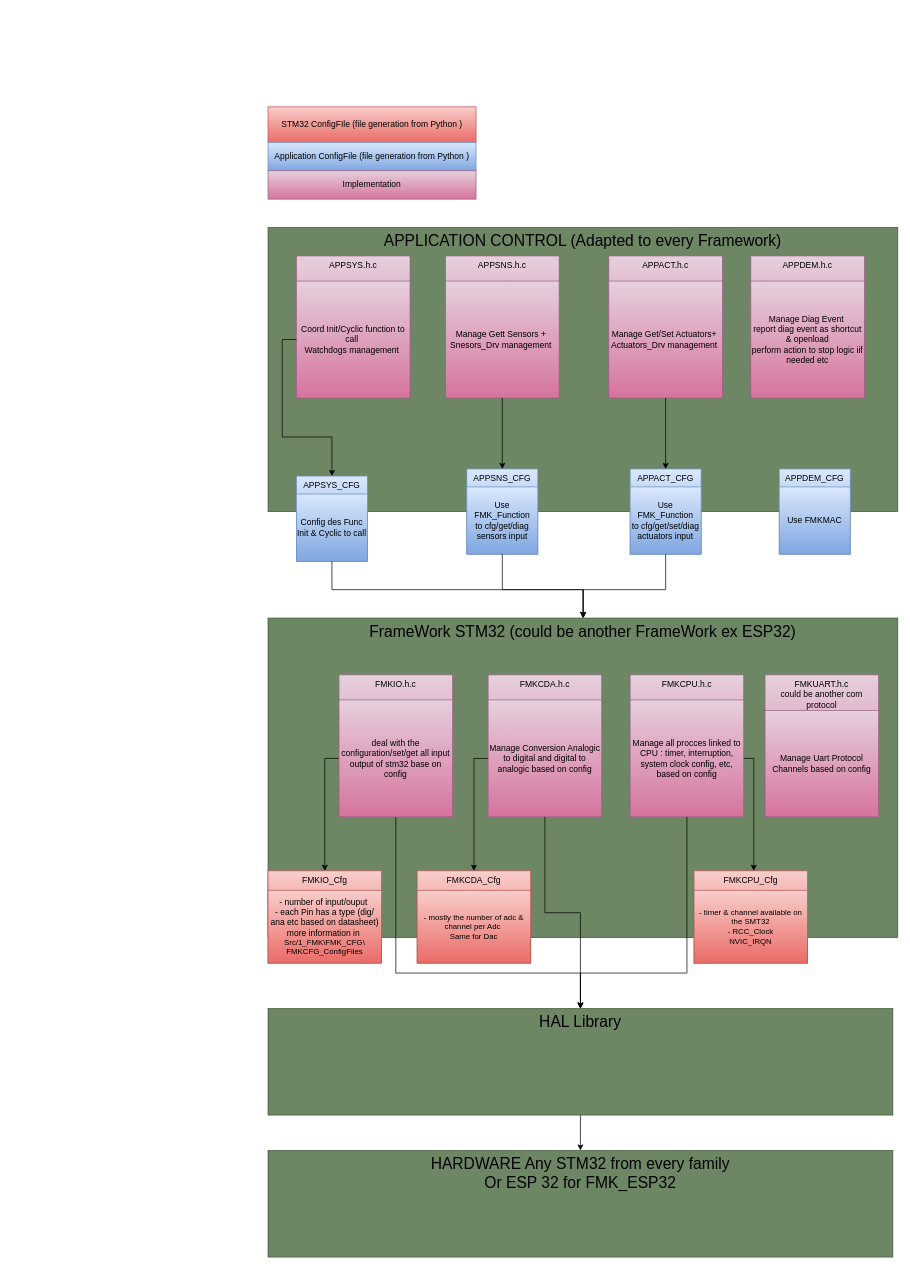
mbarbeau0545/Stm32PrjTpl keeps this draw.io diagram as page "Draw" (1 of 2) of Doc/InfoPrj/ArchitecturePrjTpl.drawio. Above is the earlier version. Source tidied: cells renumbered, new cells numbered last; positions are measured from the earlier drawing's top-left corner, leaving out a move shared by most shapes. Both pictures are drawn from the tidied source at 71%, with x=0, y=0 at pixel (268, 106).
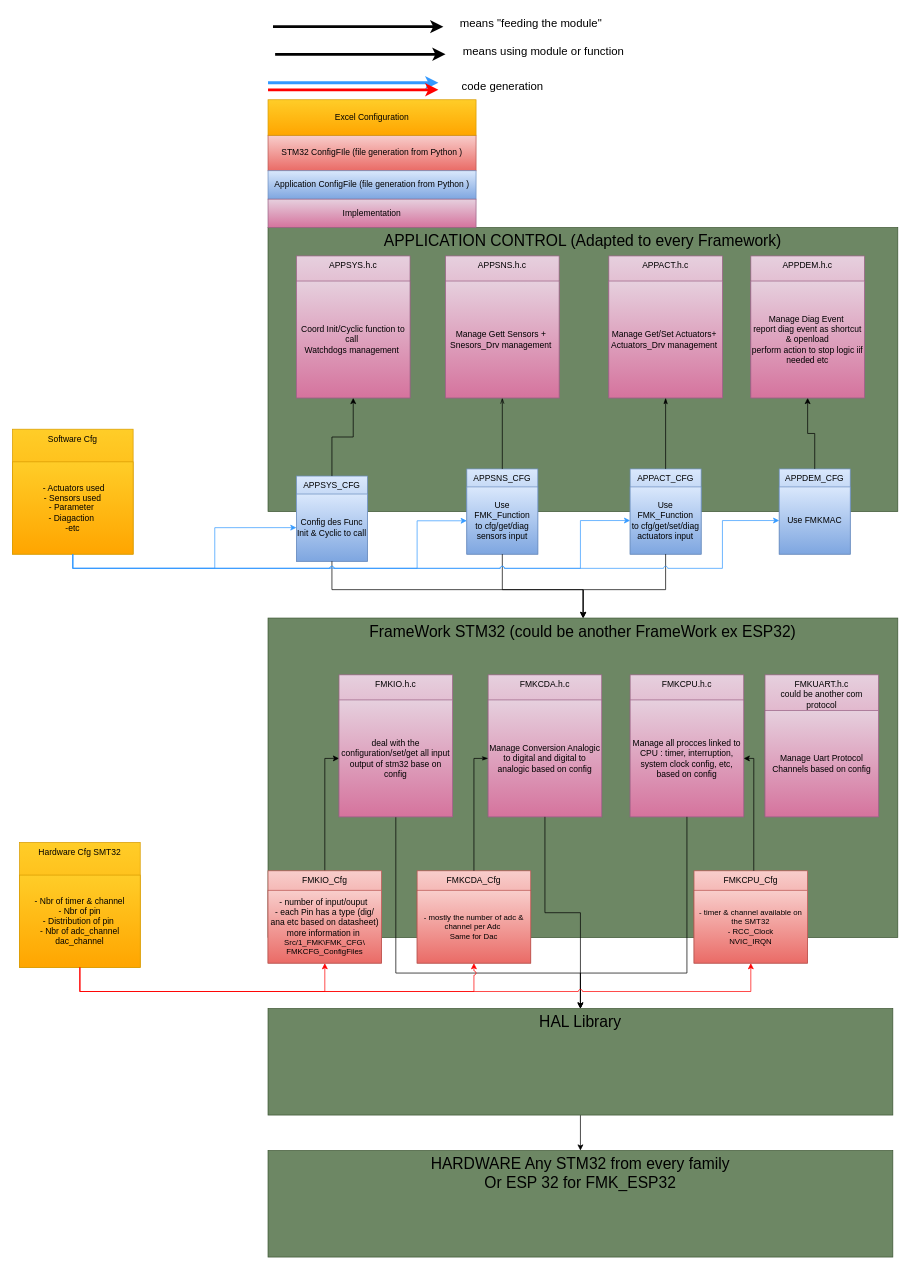
Above is the later version.

Unchanged cells that the change refers to:
```xml
<mxCell id="14" value="Manage Conversion Analogic to digital and digital to analogic based on config" style="rounded=0;whiteSpace=wrap;html=1;fillColor=#e6d0de;gradientColor=#d5739d;strokeColor=#996185;fontColor=#000000;" parent="13" vertex="1">
  <mxGeometry y="35.3" width="160" height="164.7" as="geometry" />
</mxCell>
<mxCell id="18" value="Manage all procces linked to CPU : timer, interruption, system clock config, etc,&lt;div&gt;based on config&lt;/div&gt;" style="rounded=0;whiteSpace=wrap;html=1;fillColor=#e6d0de;gradientColor=#d5739d;strokeColor=#996185;fontColor=#000000;" parent="17" vertex="1">
  <mxGeometry y="35.3" width="160" height="164.7" as="geometry" />
</mxCell>
<mxCell id="26" value="deal with the configuration/set/get all input output of stm32 base on config" style="rounded=0;whiteSpace=wrap;html=1;fillColor=#e6d0de;gradientColor=#d5739d;strokeColor=#996185;fontColor=#000000;" parent="1" vertex="1">
  <mxGeometry x="100" y="835.3" width="160" height="164.7" as="geometry" />
</mxCell>
<mxCell id="28" value="FMKIO_Cfg" style="rounded=0;whiteSpace=wrap;html=1;fillColor=#f8cecc;gradientColor=#ea6b66;strokeColor=#b85450;fontColor=#000000;verticalAlign=top;" parent="27" vertex="1">
  <mxGeometry width="160" height="130" as="geometry" />
</mxCell>
<mxCell id="30" value="- number of input/ouput&amp;nbsp;&lt;div&gt;- each Pin has a type (dig/ ana etc based on datasheet)&lt;/div&gt;&lt;div&gt;more information in&amp;nbsp;&lt;/div&gt;&lt;div style=&quot;font-size: 11px;&quot;&gt;&lt;font style=&quot;font-size: 11px;&quot;&gt;Src/1_FMK\FMK_CFG\&lt;/font&gt;&lt;/div&gt;&lt;div style=&quot;font-size: 11px;&quot;&gt;&lt;font style=&quot;font-size: 11px;&quot;&gt;FMKCFG_ConfigFiles&lt;/font&gt;&lt;br&gt;&lt;/div&gt;" style="rounded=0;whiteSpace=wrap;html=1;fillColor=#f8cecc;gradientColor=#ea6b66;strokeColor=#b85450;fontColor=#000000;" parent="29" vertex="1">
  <mxGeometry y="27.4" width="160" height="102.6" as="geometry" />
</mxCell>
<mxCell id="32" value="FMKCDA_Cfg" style="rounded=0;whiteSpace=wrap;html=1;fillColor=#f8cecc;gradientColor=#ea6b66;strokeColor=#b85450;fontColor=#000000;verticalAlign=top;" parent="31" vertex="1">
  <mxGeometry width="160" height="130" as="geometry" />
</mxCell>
<mxCell id="34" value="&lt;div style=&quot;font-size: 11px;&quot;&gt;- mostly the number of adc &amp;amp; channel per Adc&amp;nbsp;&lt;/div&gt;&lt;div style=&quot;font-size: 11px;&quot;&gt;Same for Dac&lt;/div&gt;" style="rounded=0;whiteSpace=wrap;html=1;fillColor=#f8cecc;gradientColor=#ea6b66;strokeColor=#b85450;fontColor=#000000;" parent="33" vertex="1">
  <mxGeometry y="27.4" width="160" height="102.6" as="geometry" />
</mxCell>
<mxCell id="37" value="FMKCPU_Cfg" style="rounded=0;whiteSpace=wrap;html=1;fillColor=#f8cecc;gradientColor=#ea6b66;strokeColor=#b85450;fontColor=#000000;verticalAlign=top;" parent="36" vertex="1">
  <mxGeometry width="160" height="130" as="geometry" />
</mxCell>
<mxCell id="39" value="&lt;div style=&quot;font-size: 11px;&quot;&gt;- timer &amp;amp; channel available on the SMT32&lt;/div&gt;&lt;div style=&quot;font-size: 11px;&quot;&gt;- RCC_Clock&lt;/div&gt;&lt;div style=&quot;font-size: 11px;&quot;&gt;NVIC_IRQN&lt;/div&gt;" style="rounded=0;whiteSpace=wrap;html=1;fillColor=#f8cecc;gradientColor=#ea6b66;strokeColor=#b85450;fontColor=#000000;" parent="38" vertex="1">
  <mxGeometry y="27.4" width="160" height="102.6" as="geometry" />
</mxCell>
<mxCell id="44" value="Coord Init/Cyclic function to call&amp;nbsp;&lt;div&gt;Watchdogs management&amp;nbsp;&lt;/div&gt;" style="rounded=0;whiteSpace=wrap;html=1;fillColor=#e6d0de;gradientColor=#d5739d;strokeColor=#996185;fontColor=#000000;" parent="43" vertex="1">
  <mxGeometry y="35.3" width="160" height="164.7" as="geometry" />
</mxCell>
<mxCell id="48" value="Manage Gett Sensors +&amp;nbsp;&lt;div&gt;Snesors_Drv management&amp;nbsp;&lt;/div&gt;" style="rounded=0;whiteSpace=wrap;html=1;fillColor=#e6d0de;gradientColor=#d5739d;strokeColor=#996185;fontColor=#000000;" parent="47" vertex="1">
  <mxGeometry y="35.3" width="160" height="164.7" as="geometry" />
</mxCell>
<mxCell id="52" value="Manage Get/Set Actuators+&amp;nbsp;&lt;div&gt;Actuators_Drv management&amp;nbsp;&lt;/div&gt;" style="rounded=0;whiteSpace=wrap;html=1;fillColor=#e6d0de;gradientColor=#d5739d;strokeColor=#996185;fontColor=#000000;" parent="51" vertex="1">
  <mxGeometry y="35.3" width="160" height="164.7" as="geometry" />
</mxCell>
<mxCell id="56" value="Manage Diag Event&amp;nbsp;&lt;div&gt;report diag event as shortcut &amp;amp; openload&lt;/div&gt;&lt;div&gt;perform action to stop logic iif needed etc&lt;/div&gt;" style="rounded=0;whiteSpace=wrap;html=1;fillColor=#e6d0de;gradientColor=#d5739d;strokeColor=#996185;fontColor=#000000;" parent="55" vertex="1">
  <mxGeometry y="35.3" width="160" height="164.7" as="geometry" />
</mxCell>
<mxCell id="58" value="APPSYS_CFG" style="rounded=0;whiteSpace=wrap;html=1;fillColor=#dae8fc;gradientColor=#7ea6e0;strokeColor=#6c8ebf;fontColor=#000000;verticalAlign=top;" parent="57" vertex="1">
  <mxGeometry width="100" height="120" as="geometry" />
</mxCell>
<mxCell id="59" value="Config des Func Init &amp;amp; Cyclic to call" style="rounded=0;whiteSpace=wrap;html=1;fillColor=#dae8fc;gradientColor=#7ea6e0;strokeColor=#6c8ebf;fontColor=#000000;" parent="57" vertex="1">
  <mxGeometry y="25.3" width="100" height="94.7" as="geometry" />
</mxCell>
<mxCell id="63" value="APPSNS_CFG" style="rounded=0;whiteSpace=wrap;html=1;fillColor=#dae8fc;gradientColor=#7ea6e0;strokeColor=#6c8ebf;fontColor=#000000;verticalAlign=top;" parent="62" vertex="1">
  <mxGeometry width="100" height="120" as="geometry" />
</mxCell>
<mxCell id="64" value="Use FMK_Function&lt;div&gt;to cfg/get/diag sensors input&lt;/div&gt;" style="rounded=0;whiteSpace=wrap;html=1;fillColor=#dae8fc;gradientColor=#7ea6e0;strokeColor=#6c8ebf;fontColor=#000000;" parent="62" vertex="1">
  <mxGeometry y="25.3" width="100" height="94.7" as="geometry" />
</mxCell>
<mxCell id="68" value="APPACT_CFG" style="rounded=0;whiteSpace=wrap;html=1;fillColor=#dae8fc;gradientColor=#7ea6e0;strokeColor=#6c8ebf;fontColor=#000000;verticalAlign=top;" parent="67" vertex="1">
  <mxGeometry width="100" height="120" as="geometry" />
</mxCell>
<mxCell id="69" value="Use FMK_Function&lt;div&gt;to cfg/get/set/diag actuators input&lt;/div&gt;" style="rounded=0;whiteSpace=wrap;html=1;fillColor=#dae8fc;gradientColor=#7ea6e0;strokeColor=#6c8ebf;fontColor=#000000;" parent="67" vertex="1">
  <mxGeometry y="25.3" width="100" height="94.7" as="geometry" />
</mxCell>
<mxCell id="73" value="APPDEM_CFG" style="rounded=0;whiteSpace=wrap;html=1;fillColor=#dae8fc;gradientColor=#7ea6e0;strokeColor=#6c8ebf;fontColor=#000000;verticalAlign=top;" parent="72" vertex="1">
  <mxGeometry width="100" height="120" as="geometry" />
</mxCell>
<mxCell id="74" value="Use FMKMAC" style="rounded=0;whiteSpace=wrap;html=1;fillColor=#dae8fc;gradientColor=#7ea6e0;strokeColor=#6c8ebf;fontColor=#000000;" parent="72" vertex="1">
  <mxGeometry y="25.3" width="100" height="94.7" as="geometry" />
</mxCell>
```

The edit, as a diff of the source:
```diff
@@
     <mxCell id="6" style="group;fontColor=#000000;" parent="1" vertex="1">
-      <mxGeometry width="293" height="90" as="geometry" />
+      <mxGeometry y="40" width="293" height="90" as="geometry" />
     </mxCell>
@@
     <mxCell id="10" value="Implementation" style="rounded=0;whiteSpace=wrap;html=1;fillColor=#e6d0de;gradientColor=#d5739d;strokeColor=#996185;fontColor=#000000;" parent="1" vertex="1">
-      <mxGeometry y="90" width="293" height="40" as="geometry" />
+      <mxGeometry y="130" width="293" height="40" as="geometry" />
     </mxCell>
@@
-    <mxCell id="24" style="edgeStyle=orthogonalEdgeStyle;rounded=0;jettySize=auto;html=1;exitX=0;exitY=0.5;exitDx=0;exitDy=0;fontColor=#000000;strokeColor=#000000;" parent="1" edge="1" source="26" target="28">
+    <mxCell id="24" style="edgeStyle=orthogonalEdgeStyle;rounded=0;jettySize=auto;html=1;exitX=0;exitY=0.5;exitDx=0;exitDy=0;fontColor=#000000;strokeColor=#000000;startArrow=classic;startFill=1;endArrow=none;endFill=0;" parent="1" edge="1" source="26" target="28">
       <mxGeometry relative="1" as="geometry" />
     </mxCell>
@@
-    <mxCell id="35" style="edgeStyle=orthogonalEdgeStyle;rounded=0;jettySize=auto;html=1;exitX=0;exitY=0.5;exitDx=0;exitDy=0;strokeColor=#000000;" parent="1" edge="1" source="14" target="32">
+    <mxCell id="35" style="edgeStyle=orthogonalEdgeStyle;rounded=0;jettySize=auto;html=1;exitX=0;exitY=0.5;exitDx=0;exitDy=0;strokeColor=#000000;startArrow=classicThin;startFill=1;endArrow=none;endFill=0;" parent="1" edge="1" source="14" target="32">
       <mxGeometry relative="1" as="geometry" />
     </mxCell>
@@
-    <mxCell id="40" style="edgeStyle=orthogonalEdgeStyle;rounded=0;jettySize=auto;html=1;exitX=1;exitY=0.5;exitDx=0;exitDy=0;entryX=0.526;entryY=0;entryDx=0;entryDy=0;entryPerimeter=0;strokeColor=#000000;" parent="1" edge="1" source="18" target="37">
+    <mxCell id="40" style="edgeStyle=orthogonalEdgeStyle;rounded=0;jettySize=auto;html=1;exitX=1;exitY=0.5;exitDx=0;exitDy=0;entryX=0.526;entryY=0;entryDx=0;entryDy=0;entryPerimeter=0;strokeColor=#000000;startArrow=classic;startFill=1;endArrow=none;endFill=0;" parent="1" edge="1" source="18" target="37">
       <mxGeometry relative="1" as="geometry">
         <Array as="points">
           <mxPoint x="684" y="918" />
         </Array>
       </mxGeometry>
     </mxCell>
@@
-    <mxCell id="60" style="edgeStyle=orthogonalEdgeStyle;rounded=0;jettySize=auto;html=1;exitX=0;exitY=0.5;exitDx=0;exitDy=0;" parent="1" edge="1" source="44" target="58">
-      <mxGeometry relative="1" as="geometry" />
-    </mxCell>
@@
-    <mxCell id="65" style="edgeStyle=orthogonalEdgeStyle;rounded=0;jettySize=auto;html=1;exitX=0.5;exitY=1;exitDx=0;exitDy=0;" parent="1" edge="1" source="48" target="63">
+    <mxCell id="65" style="edgeStyle=orthogonalEdgeStyle;rounded=0;jettySize=auto;html=1;exitX=0.5;exitY=1;exitDx=0;exitDy=0;startArrow=openThin;startFill=0;endArrow=none;endFill=0;strokeColor=#030303;" parent="1" edge="1" source="48" target="63">
       <mxGeometry relative="1" as="geometry" />
     </mxCell>
@@
-    <mxCell id="71" style="edgeStyle=orthogonalEdgeStyle;rounded=0;jettySize=auto;html=1;exitX=0.5;exitY=1;exitDx=0;exitDy=0;" parent="1" edge="1" source="52" target="68">
+    <mxCell id="71" style="edgeStyle=orthogonalEdgeStyle;rounded=0;jettySize=auto;html=1;exitX=0.5;exitY=1;exitDx=0;exitDy=0;startArrow=classicThin;startFill=1;endArrow=none;endFill=0;strokeColor=#000000;" parent="1" edge="1" source="52" target="68">
       <mxGeometry relative="1" as="geometry" />
     </mxCell>
@@
+    <mxCell id="77" value="Excel Configuration" style="rounded=0;whiteSpace=wrap;html=1;fillColor=#ffcd28;strokeColor=#d79b00;gradientColor=#ffa500;fontColor=#000000;" parent="1" vertex="1">
+      <mxGeometry y="-10" width="293" height="50" as="geometry" />
+    </mxCell>
+    <mxCell id="78" style="group;" parent="1" vertex="1">
+      <mxGeometry x="-350" y="1036" width="170" height="176" as="geometry" />
+    </mxCell>
+    <mxCell id="79" value="Hardware Cfg SMT32" style="rounded=0;whiteSpace=wrap;html=1;fillColor=#ffcd28;strokeColor=#d79b00;gradientColor=#ffa500;fontColor=#000000;verticalAlign=top;" parent="78" vertex="1">
+      <mxGeometry width="170" height="176" as="geometry" />
+    </mxCell>
+    <mxCell id="80" value="- Nbr of timer &amp;amp; channel&lt;div&gt;- Nbr of pin&lt;/div&gt;&lt;div&gt;- Distribution of pin&amp;nbsp;&lt;/div&gt;&lt;div&gt;- Nbr of adc_channel&lt;/div&gt;&lt;div&gt;dac_channel&lt;/div&gt;" style="rounded=0;whiteSpace=wrap;html=1;fillColor=#ffcd28;strokeColor=#d79b00;gradientColor=#ffa500;fontColor=#000000;" parent="78" vertex="1">
+      <mxGeometry y="46" width="170" height="130" as="geometry" />
+    </mxCell>
+    <mxCell id="81" style="edgeStyle=orthogonalEdgeStyle;rounded=0;jettySize=auto;html=1;exitX=0.5;exitY=1;exitDx=0;exitDy=0;entryX=0.5;entryY=1;entryDx=0;entryDy=0;strokeColor=#FF0000;" parent="1" edge="1" source="80" target="30">
+      <mxGeometry relative="1" as="geometry">
+        <Array as="points">
+          <mxPoint x="-265" y="1246" />
+          <mxPoint x="80" y="1246" />
+        </Array>
+      </mxGeometry>
+    </mxCell>
+    <mxCell id="82" style="edgeStyle=orthogonalEdgeStyle;rounded=0;jettySize=auto;html=1;exitX=0.5;exitY=1;exitDx=0;exitDy=0;entryX=0.5;entryY=1;entryDx=0;entryDy=0;strokeColor=#FF0000;jumpStyle=arc;" parent="1" edge="1" source="80" target="34">
+      <mxGeometry relative="1" as="geometry">
+        <Array as="points">
+          <mxPoint x="-265" y="1246" />
+          <mxPoint x="290" y="1246" />
+        </Array>
+      </mxGeometry>
+    </mxCell>
+    <mxCell id="83" style="edgeStyle=orthogonalEdgeStyle;rounded=0;jettySize=auto;html=1;exitX=0.5;exitY=1;exitDx=0;exitDy=0;entryX=0.5;entryY=1;entryDx=0;entryDy=0;strokeColor=#FF0000;jumpStyle=arc;" parent="1" edge="1" source="80" target="39">
+      <mxGeometry relative="1" as="geometry">
+        <Array as="points">
+          <mxPoint x="-265" y="1246" />
+          <mxPoint x="680" y="1246" />
+        </Array>
+      </mxGeometry>
+    </mxCell>
+    <mxCell id="84" style="group;" parent="1" vertex="1">
+      <mxGeometry x="-360" y="454" width="170" height="176" as="geometry" />
+    </mxCell>
+    <mxCell id="85" value="Software Cfg" style="rounded=0;whiteSpace=wrap;html=1;fillColor=#ffcd28;strokeColor=#d79b00;gradientColor=#ffa500;fontColor=#000000;verticalAlign=top;" parent="84" vertex="1">
+      <mxGeometry width="170" height="176" as="geometry" />
+    </mxCell>
+    <mxCell id="86" value="&amp;nbsp;- Actuators used&lt;div&gt;- Sensors used&lt;/div&gt;&lt;div&gt;- Parameter&amp;nbsp;&lt;/div&gt;&lt;div&gt;- Diagaction&amp;nbsp;&lt;/div&gt;&lt;div&gt;-etc&lt;/div&gt;" style="rounded=0;whiteSpace=wrap;html=1;fillColor=#ffcd28;strokeColor=#d79b00;gradientColor=#ffa500;fontColor=#000000;" parent="84" vertex="1">
+      <mxGeometry y="46" width="170" height="130" as="geometry" />
+    </mxCell>
+    <mxCell id="87" style="edgeStyle=orthogonalEdgeStyle;rounded=0;jettySize=auto;html=1;exitX=0.5;exitY=1;exitDx=0;exitDy=0;entryX=0;entryY=0.5;entryDx=0;entryDy=0;strokeColor=#3399FF;" parent="1" edge="1" source="86" target="59">
+      <mxGeometry relative="1" as="geometry" />
+    </mxCell>
+    <mxCell id="88" style="edgeStyle=orthogonalEdgeStyle;rounded=0;jettySize=auto;html=1;exitX=0.5;exitY=1;exitDx=0;exitDy=0;strokeColor=#3399FF;" parent="1" edge="1" source="86" target="64">
+      <mxGeometry relative="1" as="geometry">
+        <Array as="points">
+          <mxPoint x="-275" y="650" />
+          <mxPoint x="210" y="650" />
+          <mxPoint x="210" y="583" />
+        </Array>
+      </mxGeometry>
+    </mxCell>
+    <mxCell id="89" style="edgeStyle=orthogonalEdgeStyle;rounded=0;jettySize=auto;html=1;exitX=0.5;exitY=1;exitDx=0;exitDy=0;entryX=0;entryY=0.5;entryDx=0;entryDy=0;strokeColor=#3399FF;jumpStyle=arc;" parent="1" edge="1" source="86" target="69">
+      <mxGeometry relative="1" as="geometry">
+        <Array as="points">
+          <mxPoint x="-275" y="650" />
+          <mxPoint x="440" y="650" />
+          <mxPoint x="440" y="583" />
+        </Array>
+      </mxGeometry>
+    </mxCell>
+    <mxCell id="90" style="edgeStyle=orthogonalEdgeStyle;rounded=0;jettySize=auto;html=1;exitX=0.5;exitY=1;exitDx=0;exitDy=0;entryX=0;entryY=0.5;entryDx=0;entryDy=0;strokeColor=#3399FF;jumpStyle=arc;" parent="1" edge="1" source="86" target="74">
+      <mxGeometry relative="1" as="geometry">
+        <Array as="points">
+          <mxPoint x="-275" y="650" />
+          <mxPoint x="640" y="650" />
+          <mxPoint x="640" y="583" />
+        </Array>
+      </mxGeometry>
+    </mxCell>
+    <mxCell id="91" style="edgeStyle=orthogonalEdgeStyle;rounded=0;jettySize=auto;html=1;exitX=0.5;exitY=0;exitDx=0;exitDy=0;entryX=0.5;entryY=1;entryDx=0;entryDy=0;startArrow=none;startFill=0;endArrow=classic;endFill=1;strokeColor=#000000;" parent="1" edge="1" source="58" target="44">
+      <mxGeometry relative="1" as="geometry" />
+    </mxCell>
+    <mxCell id="92" style="edgeStyle=orthogonalEdgeStyle;rounded=0;jettySize=auto;html=1;exitX=0.5;exitY=0;exitDx=0;exitDy=0;strokeColor=#000000;" parent="1" edge="1" source="73" target="56">
+      <mxGeometry relative="1" as="geometry" />
+    </mxCell>
+    <mxCell id="93" style="endArrow=classic;html=1;rounded=0;strokeWidth=4;" parent="1" edge="1">
+      <mxGeometry relative="1" as="geometry">
+        <mxPoint x="10" y="-74" as="sourcePoint" />
+        <mxPoint x="250" y="-74" as="targetPoint" />
+      </mxGeometry>
+    </mxCell>
+    <mxCell id="94" value="means using module or function&amp;nbsp;" style="text;html=1;align=center;verticalAlign=middle;strokeColor=none;fillColor=none;fontSize=16;" parent="1" vertex="1">
+      <mxGeometry x="265" y="-94" width="250" height="30" as="geometry" />
+    </mxCell>
+    <mxCell id="95" style="endArrow=classic;html=1;rounded=0;strokeWidth=4;strokeColor=#030303;" parent="1" edge="1">
+      <mxGeometry relative="1" as="geometry">
+        <mxPoint x="7" y="-113" as="sourcePoint" />
+        <mxPoint x="247" y="-113" as="targetPoint" />
+      </mxGeometry>
+    </mxCell>
+    <mxCell id="96" value="means &quot;feeding the module&quot;" style="text;html=1;align=center;verticalAlign=middle;strokeColor=none;fillColor=none;fontSize=16;" parent="1" vertex="1">
+      <mxGeometry x="260" y="-133" width="220" height="30" as="geometry" />
+    </mxCell>
+    <mxCell id="97" style="endArrow=classic;html=1;rounded=0;strokeWidth=4;strokeColor=#3399FF;" parent="1" edge="1">
+      <mxGeometry relative="1" as="geometry">
+        <mxPoint y="-34" as="sourcePoint" />
+        <mxPoint x="240" y="-34" as="targetPoint" />
+      </mxGeometry>
+    </mxCell>
+    <mxCell id="98" style="endArrow=classic;html=1;rounded=0;strokeWidth=4;strokeColor=#FF0000;" parent="1" edge="1">
+      <mxGeometry relative="1" as="geometry">
+        <mxPoint y="-24" as="sourcePoint" />
+        <mxPoint x="240" y="-24" as="targetPoint" />
+      </mxGeometry>
+    </mxCell>
+    <mxCell id="99" value="code generation" style="text;html=1;align=center;verticalAlign=middle;strokeColor=none;fillColor=none;fontSize=16;" parent="1" vertex="1">
+      <mxGeometry x="260" y="-44" width="140" height="30" as="geometry" />
+    </mxCell>
```
